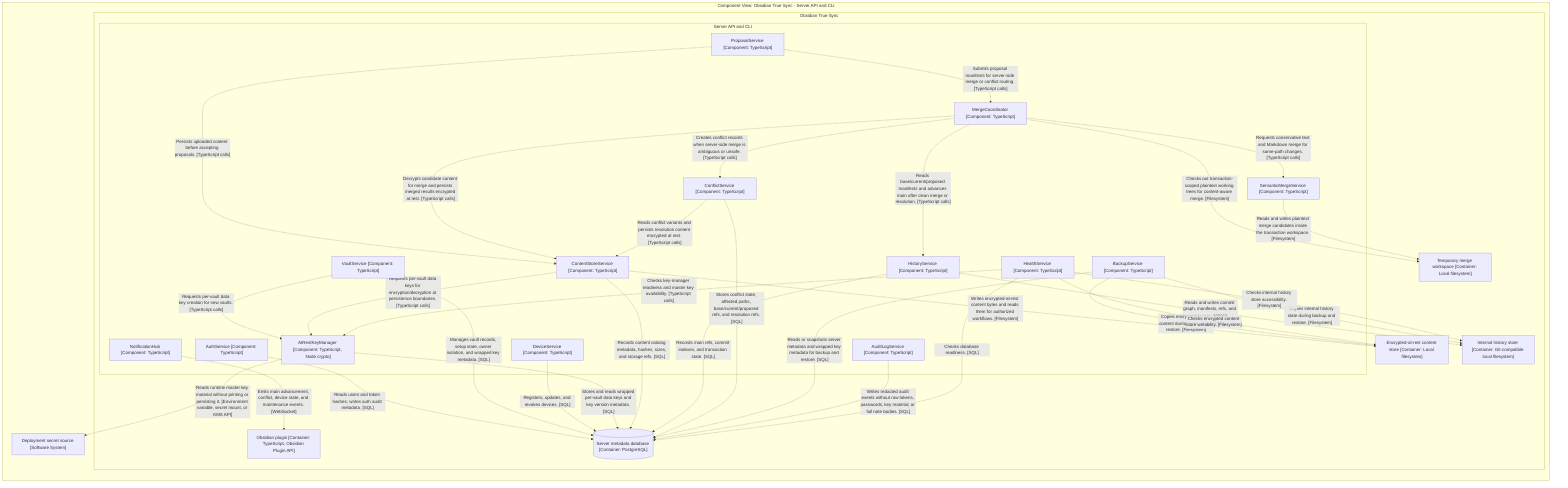
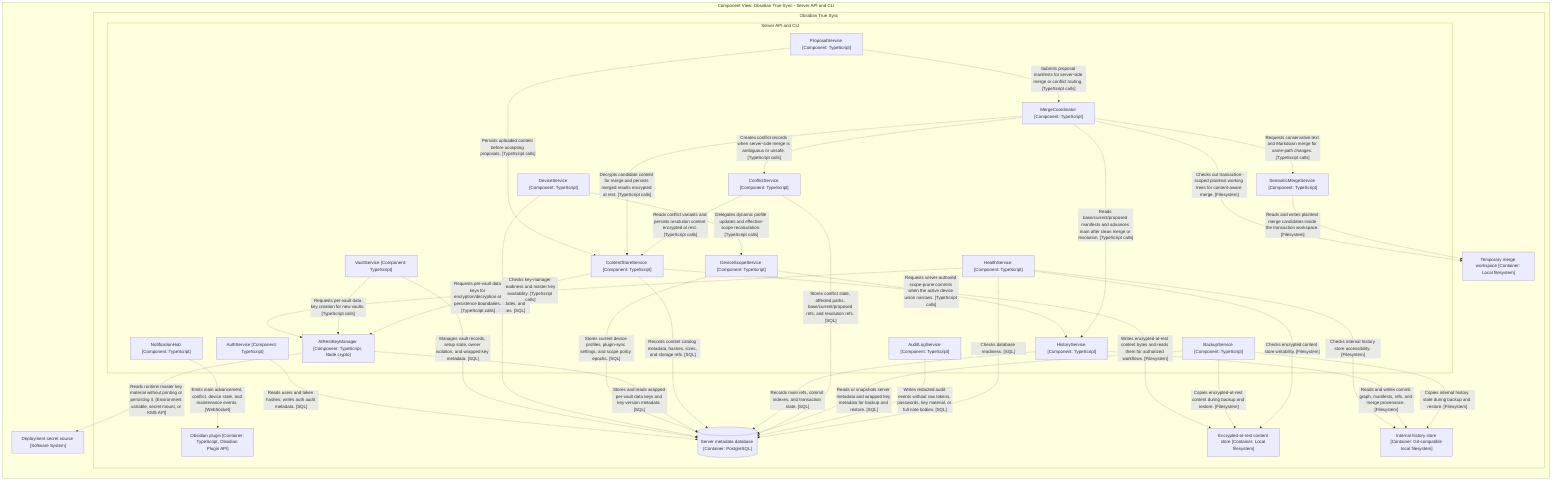
graph LR

  subgraph diagram ["Component View: Obsidian True Sync - Server API and CLI"]

    5["Deployment secret source [Software System]"]

    subgraph 6 ["Obsidian True Sync"]

      subgraph 7 ["Server API and CLI"]

        10["DeviceService [Component: TypeScript]"]
-         11["AtRestKeyManager [Component: TypeScript, Node crypto]"]
-         12["ContentStoreService [Component: TypeScript]"]
-         13["ProposalService [Component: TypeScript]"]
-         14["HistoryService [Component: TypeScript]"]
-         15["MergeCoordinator [Component: TypeScript]"]
-         16["SemanticMergeService [Component: TypeScript]"]
-         17["ConflictService [Component: TypeScript]"]
-         18["NotificationHub [Component: TypeScript]"]
-         19["BackupService [Component: TypeScript]"]
-         20["AuditLogService [Component: TypeScript]"]
-         21["HealthService [Component: TypeScript]"]
+         11["DeviceScopeService [Component: TypeScript]"]
+         12["AtRestKeyManager [Component: TypeScript, Node crypto]"]
+         13["ContentStoreService [Component: TypeScript]"]
+         14["ProposalService [Component: TypeScript]"]
+         15["HistoryService [Component: TypeScript]"]
+         16["MergeCoordinator [Component: TypeScript]"]
+         17["SemanticMergeService [Component: TypeScript]"]
+         18["ConflictService [Component: TypeScript]"]
+         19["NotificationHub [Component: TypeScript]"]
+         20["BackupService [Component: TypeScript]"]
+         21["AuditLogService [Component: TypeScript]"]
+         22["HealthService [Component: TypeScript]"]
        8["AuthService [Component: TypeScript]"]
        9["VaultService [Component: TypeScript]"]
      end

-       29["Obsidian plugin [Container: TypeScript, Obsidian Plugin API]"]
-       43[("Server metadata database [Container: PostgreSQL]")]
-       44["Encrypted-at-rest content store [Container: Local filesystem]"]
-       45["Internal history store [Container: Git-compatible local filesystem]"]
-       46["Temporary merge workspace [Container: Local filesystem]"]
+       30["Obsidian plugin [Container: TypeScript, Obsidian Plugin API]"]
+       44[("Server metadata database [Container: PostgreSQL]")]
+       45["Encrypted-at-rest content store [Container: Local filesystem]"]
+       46["Internal history store [Container: Git-compatible local filesystem]"]
+       47["Temporary merge workspace [Container: Local filesystem]"]
    end

-     8-. "Reads users and token hashes; writes auth audit metadata. [SQL]" .->43
-     9-. "Manages vault records, setup state, owner isolation, and wrapped key metadata. [SQL]" .->43
-     9-. "Requests per-vault data key creation for new vaults. [TypeScript calls]" .->11
-     10-. "Registers, updates, and revokes devices. [SQL]" .->43
-     11-. "Reads runtime master key material without printing or persisting it. [Environment variable, secret mount, or KMS API]" .->5
-     11-. "Stores and reads wrapped per-vault data keys and key version metadata. [SQL]" .->43
-     12-. "Requests per-vault data keys for encryption/decryption at persistence boundaries. [TypeScript calls]" .->11
-     12-. "Writes encrypted-at-rest content bytes and reads them for authorized workflows. [Filesystem]" .->44
-     12-. "Records content catalog metadata, hashes, sizes, and storage refs. [SQL]" .->43
-     13-. "Persists uploaded content before accepting proposals. [TypeScript calls]" .->12
-     13-. "Submits proposal manifests for server-side merge or conflict routing. [TypeScript calls]" .->15
-     14-. "Reads and writes commit graph, manifests, refs, and merge provenance. [Filesystem]" .->45
-     14-. "Records main refs, commit indexes, and transaction state. [SQL]" .->43
-     15-. "Reads base/current/proposed manifests and advances main after clean merge or resolution. [TypeScript calls]" .->14
-     15-. "Decrypts candidate content for merge and persists merged results encrypted at rest. [TypeScript calls]" .->12
-     15-. "Checks out transaction-scoped plaintext working trees for content-aware merge. [Filesystem]" .->46
-     15-. "Requests conservative text and Markdown merge for same-path changes. [TypeScript calls]" .->16
-     16-. "Reads and writes plaintext merge candidates inside the transaction workspace. [Filesystem]" .->46
-     15-. "Creates conflict records when server-side merge is ambiguous or unsafe. [TypeScript calls]" .->17
-     17-. "Stores conflict state, affected paths, base/current/proposed refs, and resolution refs. [SQL]" .->43
-     17-. "Reads conflict variants and persists resolution content encrypted at rest. [TypeScript calls]" .->12
-     18-. "Emits main advancement, conflict, device state, and maintenance events. [WebSocket]" .->29
-     19-. "Reads or snapshots server metadata and wrapped key metadata for backup and restore. [SQL]" .->43
-     19-. "Copies encrypted-at-rest content during backup and restore. [Filesystem]" .->44
-     19-. "Copies internal history state during backup and restore. [Filesystem]" .->45
-     20-. "Writes redacted audit events without raw tokens, passwords, key material, or full note bodies. [SQL]" .->43
-     21-. "Checks database readiness. [SQL]" .->43
-     21-. "Checks encrypted content store writability. [Filesystem]" .->44
-     21-. "Checks internal history store accessibility. [Filesystem]" .->45
-     21-. "Checks key-manager readiness and master key availability. [TypeScript calls]" .->11
+     22-. "Checks internal history store accessibility. [Filesystem]" .->46
+     22-. "Checks key-manager readiness and master key availability. [TypeScript calls]" .->12
+     8-. "Reads users and token hashes; writes auth audit metadata. [SQL]" .->44
+     9-. "Manages vault records, setup state, owner isolation, and wrapped key metadata. [SQL]" .->44
+     9-. "Requests per-vault data key creation for new vaults. [TypeScript calls]" .->12
+     10-. "Registers, updates, and revokes devices. [SQL]" .->44
+     10-. "Delegates dynamic profile updates and effective-scope recalculation. [TypeScript calls]" .->11
+     11-. "Stores current device profiles, plugin-sync settings, and scope policy epochs. [SQL]" .->44
+     11-. "Requests server-authored scope-prune commits when the active device union narrows. [TypeScript calls]" .->15
+     12-. "Reads runtime master key material without printing or persisting it. [Environment variable, secret mount, or KMS API]" .->5
+     12-. "Stores and reads wrapped per-vault data keys and key version metadata. [SQL]" .->44
+     13-. "Requests per-vault data keys for encryption/decryption at persistence boundaries. [TypeScript calls]" .->12
+     13-. "Writes encrypted-at-rest content bytes and reads them for authorized workflows. [Filesystem]" .->45
+     13-. "Records content catalog metadata, hashes, sizes, and storage refs. [SQL]" .->44
+     14-. "Persists uploaded content before accepting proposals. [TypeScript calls]" .->13
+     14-. "Submits proposal manifests for server-side merge or conflict routing. [TypeScript calls]" .->16
+     15-. "Reads and writes commit graph, manifests, refs, and merge provenance. [Filesystem]" .->46
+     15-. "Records main refs, commit indexes, and transaction state. [SQL]" .->44
+     16-. "Reads base/current/proposed manifests and advances main after clean merge or resolution. [TypeScript calls]" .->15
+     16-. "Decrypts candidate content for merge and persists merged results encrypted at rest. [TypeScript calls]" .->13
+     16-. "Checks out transaction-scoped plaintext working trees for content-aware merge. [Filesystem]" .->47
+     16-. "Requests conservative text and Markdown merge for same-path changes. [TypeScript calls]" .->17
+     17-. "Reads and writes plaintext merge candidates inside the transaction workspace. [Filesystem]" .->47
+     16-. "Creates conflict records when server-side merge is ambiguous or unsafe. [TypeScript calls]" .->18
+     18-. "Stores conflict state, affected paths, base/current/proposed refs, and resolution refs. [SQL]" .->44
+     18-. "Reads conflict variants and persists resolution content encrypted at rest. [TypeScript calls]" .->13
+     19-. "Emits main advancement, conflict, device state, and maintenance events. [WebSocket]" .->30
+     20-. "Reads or snapshots server metadata and wrapped key metadata for backup and restore. [SQL]" .->44
+     20-. "Copies encrypted-at-rest content during backup and restore. [Filesystem]" .->45
+     20-. "Copies internal history state during backup and restore. [Filesystem]" .->46
+     21-. "Writes redacted audit events without raw tokens, passwords, key material, or full note bodies. [SQL]" .->44
+     22-. "Checks database readiness. [SQL]" .->44
+     22-. "Checks encrypted content store writability. [Filesystem]" .->45

  end
